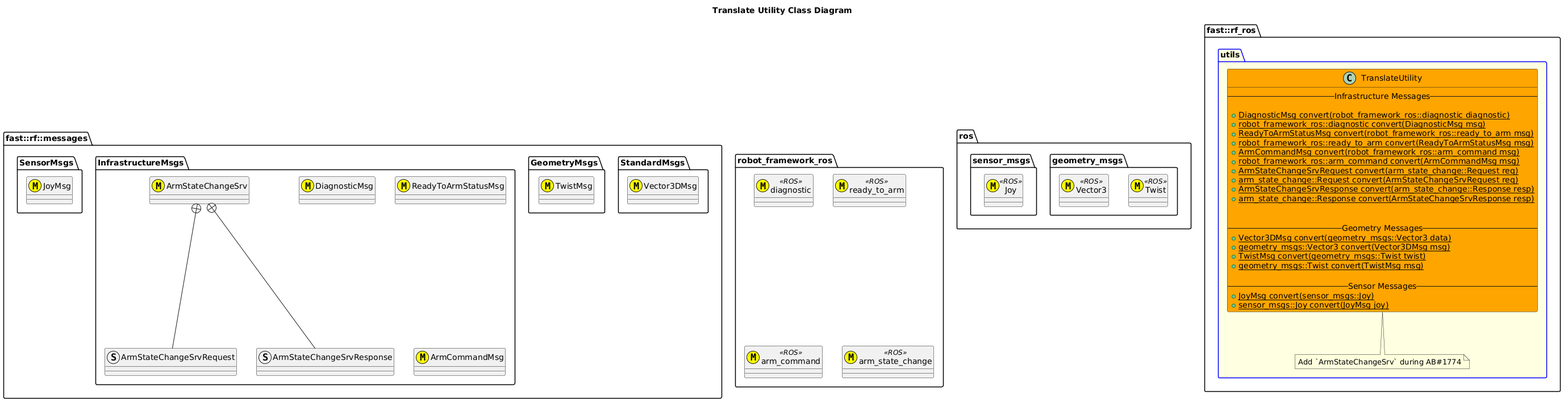
This is include/robot_framework_ros/utils/doc/puml/TranslateUtilityClassDiagram.png from fastrobotics/robot_framework_ros, a PlantUML export, as it was before one commit.
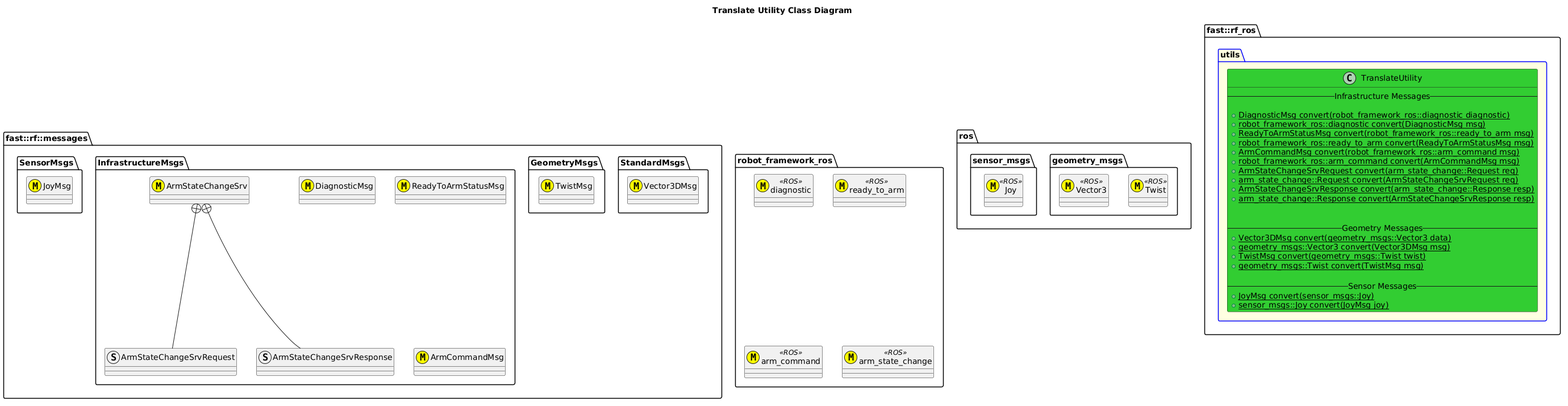
Later version of the same file.

The edit, as a diff of the source:
```diff
@@ -39,7 +39,7 @@
 }
 namespace fast::rf_ros {
     package utils  #LightYellow;line:blue {
-        class TranslateUtility #Orange {
+        class TranslateUtility #LimeGreen {
             -- Infrastructure Messages --
 
             +{static} DiagnosticMsg convert(robot_framework_ros::diagnostic diagnostic)
@@ -64,9 +64,6 @@
             +{static} JoyMsg convert(sensor_msgs::Joy)
             +{static} sensor_msgs::Joy convert(JoyMsg joy)
         }
-        note bottom of TranslateUtility
-        Add `ArmStateChangeSrv` during AB#1774
-        end note
 
     }
 }
```
